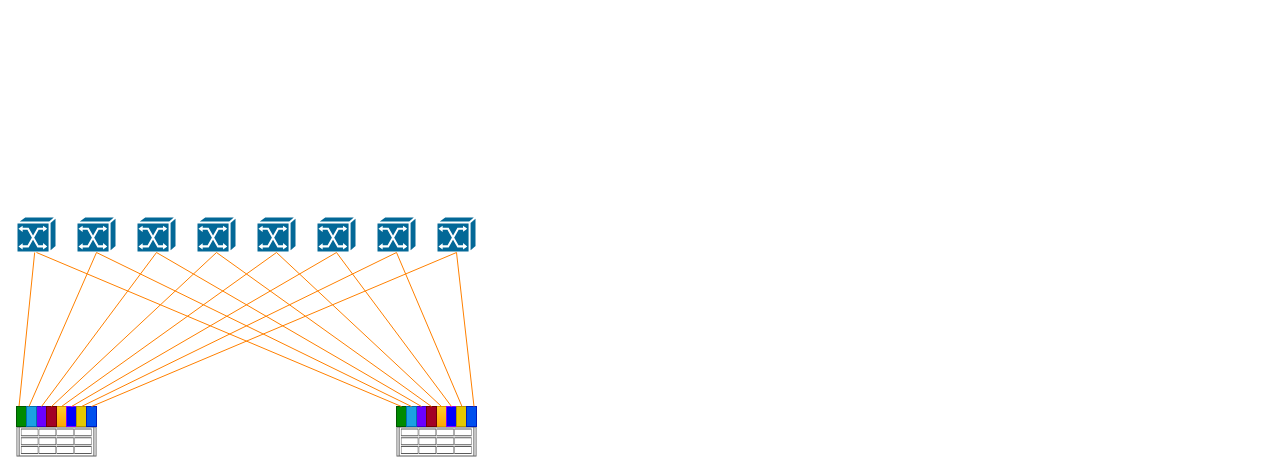
Above: 三层IB网络架构.drawio in hel-2000/network-draw (draw.io), before the change. Source tidied: cells renumbered, new cells numbered last; positions are measured from the earlier drawing's top-left corner, leaving out a move shared by most shapes. Both pictures are drawn from the tidied source at 100%, with x=0, y=0 at pixel (16, 216).
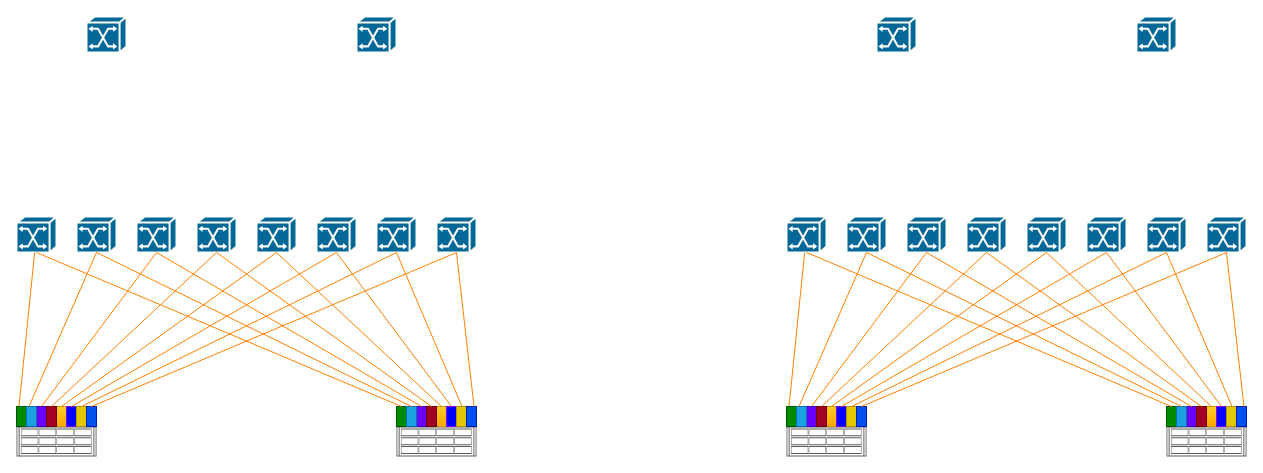
Above is the later version.

Commit message (it also covers changes not shown here):
更新三层IB网络架构.drawio

The edit, as a diff of the source:
```diff
@@
+    <mxCell id="44" style="shape=mxgraph.cisco.switches.atm_switch;sketch=0;html=1;dashed=0;fillColor=#036897;strokeColor=#ffffff;strokeWidth=2;verticalLabelPosition=bottom;verticalAlign=top;align=center;outlineConnect=0;" parent="1" vertex="1">
+      <mxGeometry x="770" width="40" height="36" as="geometry" />
+    </mxCell>
+    <mxCell id="45" style="shape=mxgraph.rack.ibm.ibm_x3630_m3;html=1;labelPosition=right;align=left;spacingLeft=15;dashed=0;shadow=0;fillColor=#ffffff;" parent="1" vertex="1">
+      <mxGeometry x="770" y="210" width="80" height="30" as="geometry" />
+    </mxCell>
+    <mxCell id="46" style="rounded=0;jettySize=auto;html=1;exitX=0.25;exitY=0;exitDx=0;exitDy=0;startArrow=none;startFill=0;strokeWidth=1;endArrow=none;endFill=0;strokeColor=#FF8000;" parent="1" edge="1" source="47" target="44">
+      <mxGeometry relative="1" as="geometry" />
+    </mxCell>
+    <mxCell id="47" style="rounded=0;whiteSpace=wrap;html=1;fillColor=#008a00;strokeColor=#005700;fontColor=#ffffff;" parent="1" vertex="1">
+      <mxGeometry x="770" y="190" width="10" height="20" as="geometry" />
+    </mxCell>
+    <mxCell id="48" style="rounded=0;whiteSpace=wrap;html=1;fillColor=#ffcd28;strokeColor=#d79b00;gradientColor=#ffa500;" parent="1" vertex="1">
+      <mxGeometry x="810" y="190" width="10" height="20" as="geometry" />
+    </mxCell>
+    <mxCell id="49" style="rounded=0;whiteSpace=wrap;html=1;fillColor=#6a00ff;strokeColor=#3700CC;fontColor=#ffffff;" parent="1" vertex="1">
+      <mxGeometry x="790" y="190" width="10" height="20" as="geometry" />
+    </mxCell>
+    <mxCell id="50" style="rounded=0;whiteSpace=wrap;html=1;fillColor=#1ba1e2;strokeColor=#006EAF;fontColor=#ffffff;" parent="1" vertex="1">
+      <mxGeometry x="780" y="190" width="10" height="20" as="geometry" />
+    </mxCell>
+    <mxCell id="51" style="rounded=0;whiteSpace=wrap;html=1;fillColor=#0000FF;strokeColor=#7F00FF;" parent="1" vertex="1">
+      <mxGeometry x="820" y="190" width="10" height="20" as="geometry" />
+    </mxCell>
+    <mxCell id="52" style="rounded=0;whiteSpace=wrap;html=1;fillColor=#a20025;strokeColor=#6F0000;fontColor=#ffffff;" parent="1" vertex="1">
+      <mxGeometry x="800" y="190" width="10" height="20" as="geometry" />
+    </mxCell>
+    <mxCell id="53" style="rounded=0;whiteSpace=wrap;html=1;fillColor=#e3c800;strokeColor=#B09500;fontColor=#000000;" parent="1" vertex="1">
+      <mxGeometry x="830" y="190" width="10" height="20" as="geometry" />
+    </mxCell>
+    <mxCell id="54" style="rounded=0;whiteSpace=wrap;html=1;fillColor=#0050ef;strokeColor=#001DBC;fontColor=#ffffff;" parent="1" vertex="1">
+      <mxGeometry x="840" y="190" width="10" height="20" as="geometry" />
+    </mxCell>
+    <mxCell id="55" style="shape=mxgraph.rack.ibm.ibm_x3630_m3;html=1;labelPosition=right;align=left;spacingLeft=15;dashed=0;shadow=0;fillColor=#ffffff;" parent="1" vertex="1">
+      <mxGeometry x="1150" y="210" width="80" height="30" as="geometry" />
+    </mxCell>
+    <mxCell id="56" style="rounded=0;whiteSpace=wrap;html=1;fillColor=#008a00;strokeColor=#005700;fontColor=#ffffff;" parent="1" vertex="1">
+      <mxGeometry x="1150" y="190" width="10" height="20" as="geometry" />
+    </mxCell>
+    <mxCell id="57" style="rounded=0;whiteSpace=wrap;html=1;fillColor=#ffcd28;strokeColor=#d79b00;gradientColor=#ffa500;" parent="1" vertex="1">
+      <mxGeometry x="1190" y="190" width="10" height="20" as="geometry" />
+    </mxCell>
+    <mxCell id="58" style="rounded=0;whiteSpace=wrap;html=1;fillColor=#6a00ff;strokeColor=#3700CC;fontColor=#ffffff;" parent="1" vertex="1">
+      <mxGeometry x="1170" y="190" width="10" height="20" as="geometry" />
+    </mxCell>
+    <mxCell id="59" style="rounded=0;whiteSpace=wrap;html=1;fillColor=#1ba1e2;strokeColor=#006EAF;fontColor=#ffffff;" parent="1" vertex="1">
+      <mxGeometry x="1160" y="190" width="10" height="20" as="geometry" />
+    </mxCell>
+    <mxCell id="60" style="rounded=0;whiteSpace=wrap;html=1;fillColor=#0000FF;strokeColor=#7F00FF;" parent="1" vertex="1">
+      <mxGeometry x="1200" y="190" width="10" height="20" as="geometry" />
+    </mxCell>
+    <mxCell id="61" style="rounded=0;whiteSpace=wrap;html=1;fillColor=#a20025;strokeColor=#6F0000;fontColor=#ffffff;" parent="1" vertex="1">
+      <mxGeometry x="1180" y="190" width="10" height="20" as="geometry" />
+    </mxCell>
+    <mxCell id="62" style="rounded=0;whiteSpace=wrap;html=1;fillColor=#e3c800;strokeColor=#B09500;fontColor=#000000;" parent="1" vertex="1">
+      <mxGeometry x="1210" y="190" width="10" height="20" as="geometry" />
+    </mxCell>
+    <mxCell id="63" style="rounded=0;whiteSpace=wrap;html=1;fillColor=#0050ef;strokeColor=#001DBC;fontColor=#ffffff;" parent="1" vertex="1">
+      <mxGeometry x="1220" y="190" width="10" height="20" as="geometry" />
+    </mxCell>
+    <mxCell id="64" style="shape=mxgraph.cisco.switches.atm_switch;sketch=0;html=1;dashed=0;fillColor=#036897;strokeColor=#ffffff;strokeWidth=2;verticalLabelPosition=bottom;verticalAlign=top;align=center;outlineConnect=0;" parent="1" vertex="1">
+      <mxGeometry x="830" width="40" height="36" as="geometry" />
+    </mxCell>
+    <mxCell id="65" style="shape=mxgraph.cisco.switches.atm_switch;sketch=0;html=1;dashed=0;fillColor=#036897;strokeColor=#ffffff;strokeWidth=2;verticalLabelPosition=bottom;verticalAlign=top;align=center;outlineConnect=0;" parent="1" vertex="1">
+      <mxGeometry x="890" width="40" height="36" as="geometry" />
+    </mxCell>
+    <mxCell id="66" style="shape=mxgraph.cisco.switches.atm_switch;sketch=0;html=1;dashed=0;fillColor=#036897;strokeColor=#ffffff;strokeWidth=2;verticalLabelPosition=bottom;verticalAlign=top;align=center;outlineConnect=0;" parent="1" vertex="1">
+      <mxGeometry x="950" width="40" height="36" as="geometry" />
+    </mxCell>
+    <mxCell id="67" style="shape=mxgraph.cisco.switches.atm_switch;sketch=0;html=1;dashed=0;fillColor=#036897;strokeColor=#ffffff;strokeWidth=2;verticalLabelPosition=bottom;verticalAlign=top;align=center;outlineConnect=0;" parent="1" vertex="1">
+      <mxGeometry x="1010" width="40" height="36" as="geometry" />
+    </mxCell>
+    <mxCell id="68" style="shape=mxgraph.cisco.switches.atm_switch;sketch=0;html=1;dashed=0;fillColor=#036897;strokeColor=#ffffff;strokeWidth=2;verticalLabelPosition=bottom;verticalAlign=top;align=center;outlineConnect=0;" parent="1" vertex="1">
+      <mxGeometry x="1070" width="40" height="36" as="geometry" />
+    </mxCell>
+    <mxCell id="69" style="shape=mxgraph.cisco.switches.atm_switch;sketch=0;html=1;dashed=0;fillColor=#036897;strokeColor=#ffffff;strokeWidth=2;verticalLabelPosition=bottom;verticalAlign=top;align=center;outlineConnect=0;" parent="1" vertex="1">
+      <mxGeometry x="1130" width="40" height="36" as="geometry" />
+    </mxCell>
+    <mxCell id="70" style="shape=mxgraph.cisco.switches.atm_switch;sketch=0;html=1;dashed=0;fillColor=#036897;strokeColor=#ffffff;strokeWidth=2;verticalLabelPosition=bottom;verticalAlign=top;align=center;outlineConnect=0;" parent="1" vertex="1">
+      <mxGeometry x="1190" width="40" height="36" as="geometry" />
+    </mxCell>
+    <mxCell id="71" style="rounded=0;jettySize=auto;html=1;startArrow=none;startFill=0;strokeWidth=1;endArrow=none;endFill=0;strokeColor=#FF8000;entryX=0.5;entryY=1;entryDx=0;entryDy=0;entryPerimeter=0;exitX=0.25;exitY=0;exitDx=0;exitDy=0;" parent="1" edge="1" source="50" target="64">
+      <mxGeometry relative="1" as="geometry" />
+    </mxCell>
+    <mxCell id="72" style="rounded=0;jettySize=auto;html=1;startArrow=none;startFill=0;strokeWidth=1;endArrow=none;endFill=0;strokeColor=#FF8000;entryX=0.5;entryY=1;entryDx=0;entryDy=0;entryPerimeter=0;exitX=0.5;exitY=0;exitDx=0;exitDy=0;" parent="1" edge="1" source="49" target="65">
+      <mxGeometry relative="1" as="geometry" />
+    </mxCell>
+    <mxCell id="73" style="rounded=0;jettySize=auto;html=1;startArrow=none;startFill=0;strokeWidth=1;endArrow=none;endFill=0;strokeColor=#FF8000;entryX=0.5;entryY=1;entryDx=0;entryDy=0;entryPerimeter=0;exitX=0.5;exitY=0;exitDx=0;exitDy=0;" parent="1" edge="1" source="52" target="66">
+      <mxGeometry relative="1" as="geometry" />
+    </mxCell>
+    <mxCell id="74" style="rounded=0;jettySize=auto;html=1;startArrow=none;startFill=0;strokeWidth=1;endArrow=none;endFill=0;strokeColor=#FF8000;entryX=0.5;entryY=1;entryDx=0;entryDy=0;entryPerimeter=0;exitX=0.5;exitY=0;exitDx=0;exitDy=0;" parent="1" edge="1" source="48" target="67">
+      <mxGeometry relative="1" as="geometry" />
+    </mxCell>
+    <mxCell id="75" style="rounded=0;jettySize=auto;html=1;startArrow=none;startFill=0;strokeWidth=1;endArrow=none;endFill=0;strokeColor=#FF8000;entryX=0.5;entryY=1;entryDx=0;entryDy=0;entryPerimeter=0;exitX=0.5;exitY=0;exitDx=0;exitDy=0;" parent="1" edge="1" source="51" target="68">
+      <mxGeometry relative="1" as="geometry" />
+    </mxCell>
+    <mxCell id="76" style="rounded=0;jettySize=auto;html=1;startArrow=none;startFill=0;strokeWidth=1;endArrow=none;endFill=0;strokeColor=#FF8000;entryX=0.5;entryY=1;entryDx=0;entryDy=0;entryPerimeter=0;exitX=0.5;exitY=0;exitDx=0;exitDy=0;" parent="1" edge="1" source="53" target="69">
+      <mxGeometry relative="1" as="geometry" />
+    </mxCell>
+    <mxCell id="77" style="rounded=0;jettySize=auto;html=1;startArrow=none;startFill=0;strokeWidth=1;endArrow=none;endFill=0;strokeColor=#FF8000;entryX=0.5;entryY=1;entryDx=0;entryDy=0;entryPerimeter=0;exitX=0.5;exitY=0;exitDx=0;exitDy=0;" parent="1" edge="1" source="54" target="70">
+      <mxGeometry relative="1" as="geometry" />
+    </mxCell>
+    <mxCell id="78" style="rounded=0;jettySize=auto;html=1;startArrow=none;startFill=0;strokeWidth=1;endArrow=none;endFill=0;strokeColor=#FF8000;entryX=0.5;entryY=1;entryDx=0;entryDy=0;entryPerimeter=0;exitX=0.75;exitY=0;exitDx=0;exitDy=0;" parent="1" edge="1" source="63" target="70">
+      <mxGeometry relative="1" as="geometry" />
+    </mxCell>
+    <mxCell id="79" style="rounded=0;jettySize=auto;html=1;startArrow=none;startFill=0;strokeWidth=1;endArrow=none;endFill=0;strokeColor=#FF8000;entryX=0.5;entryY=1;entryDx=0;entryDy=0;entryPerimeter=0;exitX=-0.443;exitY=0.01;exitDx=0;exitDy=0;exitPerimeter=0;" parent="1" edge="1" source="63" target="69">
+      <mxGeometry relative="1" as="geometry" />
+    </mxCell>
+    <mxCell id="80" style="rounded=0;jettySize=auto;html=1;startArrow=none;startFill=0;strokeWidth=1;endArrow=none;endFill=0;strokeColor=#FF8000;entryX=0.5;entryY=1;entryDx=0;entryDy=0;entryPerimeter=0;exitX=0.5;exitY=0;exitDx=0;exitDy=0;" parent="1" edge="1" source="60" target="68">
+      <mxGeometry relative="1" as="geometry" />
+    </mxCell>
+    <mxCell id="81" style="rounded=0;jettySize=auto;html=1;startArrow=none;startFill=0;strokeWidth=1;endArrow=none;endFill=0;strokeColor=#FF8000;entryX=0.5;entryY=1;entryDx=0;entryDy=0;entryPerimeter=0;" parent="1" edge="1" target="67">
+      <mxGeometry relative="1" as="geometry">
+        <mxPoint x="1195" y="190" as="sourcePoint" />
+      </mxGeometry>
+    </mxCell>
+    <mxCell id="82" style="rounded=0;jettySize=auto;html=1;startArrow=none;startFill=0;strokeWidth=1;endArrow=none;endFill=0;strokeColor=#FF8000;entryX=0.5;entryY=1;entryDx=0;entryDy=0;entryPerimeter=0;exitX=0.5;exitY=0;exitDx=0;exitDy=0;" parent="1" edge="1" source="61" target="66">
+      <mxGeometry relative="1" as="geometry" />
+    </mxCell>
+    <mxCell id="83" style="rounded=0;jettySize=auto;html=1;startArrow=none;startFill=0;strokeWidth=1;endArrow=none;endFill=0;strokeColor=#FF8000;entryX=0.5;entryY=1;entryDx=0;entryDy=0;entryPerimeter=0;exitX=0.5;exitY=0;exitDx=0;exitDy=0;" parent="1" edge="1" source="58" target="65">
+      <mxGeometry relative="1" as="geometry" />
+    </mxCell>
+    <mxCell id="84" style="rounded=0;jettySize=auto;html=1;startArrow=none;startFill=0;strokeWidth=1;endArrow=none;endFill=0;strokeColor=#FF8000;entryX=0.5;entryY=1;entryDx=0;entryDy=0;entryPerimeter=0;exitX=0.5;exitY=0;exitDx=0;exitDy=0;" parent="1" edge="1" source="59" target="64">
+      <mxGeometry relative="1" as="geometry" />
+    </mxCell>
+    <mxCell id="85" style="rounded=0;jettySize=auto;html=1;startArrow=none;startFill=0;strokeWidth=1;endArrow=none;endFill=0;strokeColor=#FF8000;entryX=0.5;entryY=1;entryDx=0;entryDy=0;entryPerimeter=0;exitX=0.5;exitY=0;exitDx=0;exitDy=0;" parent="1" edge="1" source="56" target="44">
+      <mxGeometry relative="1" as="geometry" />
+    </mxCell>
+    <mxCell id="86" style="shape=mxgraph.cisco.switches.atm_switch;sketch=0;html=1;dashed=0;fillColor=#036897;strokeColor=#ffffff;strokeWidth=2;verticalLabelPosition=bottom;verticalAlign=top;align=center;" parent="1" vertex="1">
+      <mxGeometry x="70" y="-200" width="40" height="36" as="geometry" />
+    </mxCell>
+    <mxCell id="87" style="shape=mxgraph.cisco.switches.atm_switch;sketch=0;html=1;dashed=0;fillColor=#036897;strokeColor=#ffffff;strokeWidth=2;verticalLabelPosition=bottom;verticalAlign=top;align=center;" parent="1" vertex="1">
+      <mxGeometry x="340" y="-200" width="40" height="36" as="geometry" />
+    </mxCell>
+    <mxCell id="88" style="shape=mxgraph.cisco.switches.atm_switch;sketch=0;html=1;dashed=0;fillColor=#036897;strokeColor=#ffffff;strokeWidth=2;verticalLabelPosition=bottom;verticalAlign=top;align=center;" parent="1" vertex="1">
+      <mxGeometry x="860" y="-200" width="40" height="36" as="geometry" />
+    </mxCell>
+    <mxCell id="89" style="shape=mxgraph.cisco.switches.atm_switch;sketch=0;html=1;dashed=0;fillColor=#036897;strokeColor=#ffffff;strokeWidth=2;verticalLabelPosition=bottom;verticalAlign=top;align=center;" parent="1" vertex="1">
+      <mxGeometry x="1120" y="-200" width="40" height="36" as="geometry" />
+    </mxCell>
```
